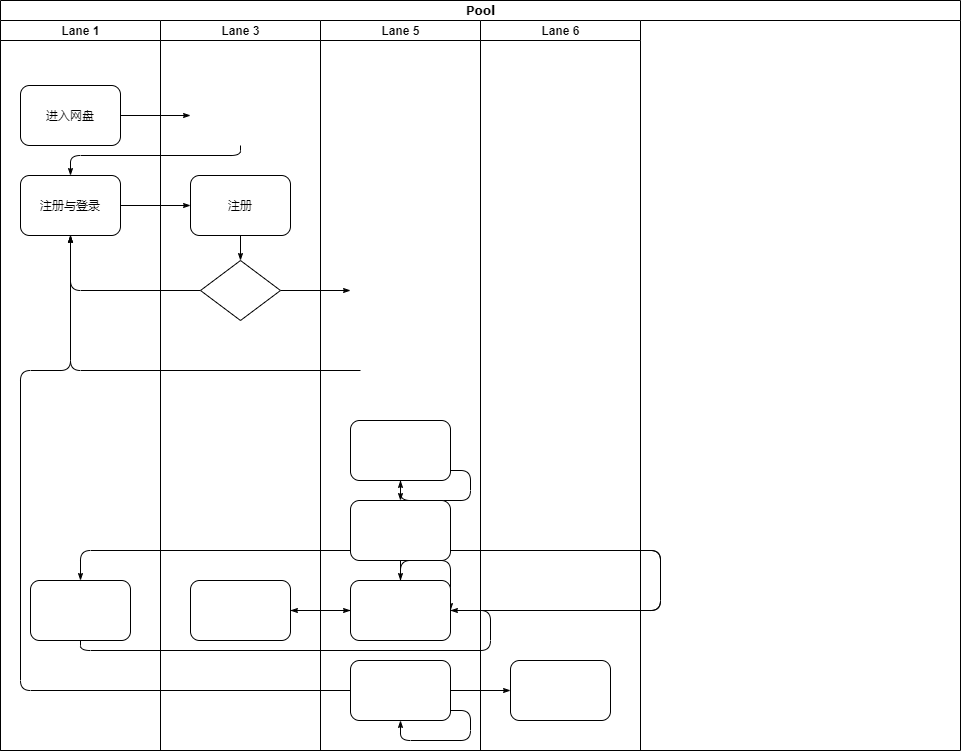
The draw.io diagram 数据流图.png in deepinsea/draw, before a commit. Source tidied: cells renumbered, new cells last; positions are measured from the earlier drawing's top-left corner, leaving out a move shared by most shapes.
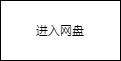
Above is the later version.

Commit message:
更新数据流图.png

Diff of the diagram source:
```diff
@@ -2,153 +2,8 @@
   <root>
     <mxCell id="0" />
     <mxCell id="1" parent="0" />
-    <mxCell id="2" value="Pool" style="swimlane;html=1;startSize=20;rounded=0;shadow=0;labelBackgroundColor=none;strokeWidth=1;fontFamily=Verdana;fontSize=8;align=center;" parent="1" vertex="1">
-      <mxGeometry width="960" height="750" as="geometry" />
-    </mxCell>
-    <mxCell id="3" value="Lane 1" style="swimlane;html=1;startSize=20;" parent="2" vertex="1">
-      <mxGeometry y="20" width="160" height="730" as="geometry" />
-    </mxCell>
-    <mxCell id="4" value="进入网盘" style="rounded=1;whiteSpace=wrap;html=1;shadow=0;labelBackgroundColor=none;strokeWidth=1;fontFamily=Verdana;fontSize=8;align=center;" parent="3" vertex="1">
-      <mxGeometry x="20" y="65" width="100" height="60" as="geometry" />
+    <mxCell id="4" value="进入网盘" style="rounded=0;whiteSpace=wrap;html=1;" parent="1" vertex="1">
+      <mxGeometry x="260" y="355" width="120" height="60" as="geometry" />
     </mxCell>
-    <mxCell id="5" value="注册与登录" style="rounded=1;whiteSpace=wrap;html=1;shadow=0;labelBackgroundColor=none;strokeWidth=1;fontFamily=Verdana;fontSize=8;align=center;" parent="3" vertex="1">
-      <mxGeometry x="20" y="155" width="100" height="60" as="geometry" />
-    </mxCell>
-    <mxCell id="6" style="rounded=1;whiteSpace=wrap;html=1;shadow=0;labelBackgroundColor=none;strokeWidth=1;fontFamily=Verdana;fontSize=8;align=center;" parent="3" vertex="1">
-      <mxGeometry x="30" y="560" width="100" height="60" as="geometry" />
-    </mxCell>
-    <mxCell id="7" style="edgeStyle=orthogonalEdgeStyle;rounded=1;html=1;labelBackgroundColor=none;startArrow=none;startFill=0;startSize=5;endArrow=classicThin;endFill=1;endSize=5;jettySize=auto;strokeWidth=1;fontFamily=Verdana;fontSize=8;" parent="2" edge="1" source="4">
-      <mxGeometry relative="1" as="geometry">
-        <mxPoint x="190" y="115" as="targetPoint" />
-      </mxGeometry>
-    </mxCell>
-    <mxCell id="8" style="edgeStyle=orthogonalEdgeStyle;rounded=1;html=1;labelBackgroundColor=none;startArrow=none;startFill=0;startSize=5;endArrow=classicThin;endFill=1;endSize=5;jettySize=auto;strokeWidth=1;fontFamily=Verdana;fontSize=8;" parent="2" edge="1" target="5">
-      <mxGeometry relative="1" as="geometry">
-        <mxPoint x="240" y="145" as="sourcePoint" />
-        <Array as="points">
-          <mxPoint x="240" y="155" />
-          <mxPoint x="70" y="155" />
-        </Array>
-      </mxGeometry>
-    </mxCell>
-    <mxCell id="9" style="edgeStyle=orthogonalEdgeStyle;rounded=1;html=1;labelBackgroundColor=none;startArrow=none;startFill=0;startSize=5;endArrow=classicThin;endFill=1;endSize=5;jettySize=auto;strokeWidth=1;fontFamily=Verdana;fontSize=8;" parent="2" edge="1" source="5" target="23">
-      <mxGeometry relative="1" as="geometry" />
-    </mxCell>
-    <mxCell id="10" style="edgeStyle=orthogonalEdgeStyle;rounded=1;html=1;labelBackgroundColor=none;startArrow=none;startFill=0;startSize=5;endArrow=classicThin;endFill=1;endSize=5;jettySize=auto;strokeWidth=1;fontFamily=Verdana;fontSize=8;" parent="2" edge="1" source="24" target="5">
-      <mxGeometry relative="1" as="geometry" />
-    </mxCell>
-    <mxCell id="11" style="edgeStyle=orthogonalEdgeStyle;rounded=1;html=1;labelBackgroundColor=none;startArrow=none;startFill=0;startSize=5;endArrow=classicThin;endFill=1;endSize=5;jettySize=auto;strokeWidth=1;fontFamily=Verdana;fontSize=8;" parent="2" edge="1" target="5">
-      <mxGeometry relative="1" as="geometry">
-        <mxPoint x="360" y="370" as="sourcePoint" />
-      </mxGeometry>
-    </mxCell>
-    <mxCell id="12" style="edgeStyle=orthogonalEdgeStyle;rounded=1;html=1;labelBackgroundColor=none;startArrow=none;startFill=0;startSize=5;endArrow=classicThin;endFill=1;endSize=5;jettySize=auto;strokeWidth=1;fontFamily=Verdana;fontSize=8;" parent="2" edge="1" target="5">
-      <mxGeometry relative="1" as="geometry">
-        <mxPoint x="360" y="690" as="sourcePoint" />
-        <Array as="points">
-          <mxPoint x="20" y="690" />
-          <mxPoint x="20" y="370" />
-          <mxPoint x="70" y="370" />
-        </Array>
-      </mxGeometry>
-    </mxCell>
-    <mxCell id="13" style="edgeStyle=orthogonalEdgeStyle;rounded=1;html=1;labelBackgroundColor=none;startArrow=none;startFill=0;startSize=5;endArrow=classicThin;endFill=1;endSize=5;jettySize=auto;strokeWidth=1;fontFamily=Verdana;fontSize=8;" parent="2" edge="1" source="24">
-      <mxGeometry relative="1" as="geometry">
-        <mxPoint x="350" y="290" as="targetPoint" />
-      </mxGeometry>
-    </mxCell>
-    <mxCell id="14" style="edgeStyle=orthogonalEdgeStyle;rounded=1;html=1;labelBackgroundColor=none;startArrow=none;startFill=0;startSize=5;endArrow=classicThin;endFill=1;endSize=5;jettySize=auto;strokeWidth=1;fontFamily=Verdana;fontSize=8;" parent="2" edge="1" target="31">
-      <mxGeometry relative="1" as="geometry">
-        <mxPoint x="440" y="690" as="sourcePoint" />
-      </mxGeometry>
-    </mxCell>
-    <mxCell id="15" style="edgeStyle=orthogonalEdgeStyle;rounded=1;html=1;labelBackgroundColor=none;startArrow=none;startFill=0;startSize=5;endArrow=classicThin;endFill=1;endSize=5;jettySize=auto;strokeWidth=1;fontFamily=Verdana;fontSize=8;" parent="2" edge="1" source="31" target="35">
-      <mxGeometry relative="1" as="geometry" />
-    </mxCell>
-    <mxCell id="16" style="edgeStyle=orthogonalEdgeStyle;rounded=1;html=1;labelBackgroundColor=none;startArrow=none;startFill=0;startSize=5;endArrow=classicThin;endFill=1;endSize=5;jettySize=auto;strokeWidth=1;fontFamily=Verdana;fontSize=8;" parent="2" edge="1" target="28">
-      <mxGeometry relative="1" as="geometry">
-        <mxPoint x="450" y="450" as="sourcePoint" />
-      </mxGeometry>
-    </mxCell>
-    <mxCell id="17" style="edgeStyle=orthogonalEdgeStyle;rounded=1;html=1;labelBackgroundColor=none;startArrow=none;startFill=0;startSize=5;endArrow=classicThin;endFill=1;endSize=5;jettySize=auto;strokeWidth=1;fontFamily=Verdana;fontSize=8;" parent="2" edge="1" source="30" target="25">
-      <mxGeometry relative="1" as="geometry">
-        <Array as="points">
-          <mxPoint x="660" y="610" />
-          <mxPoint x="660" y="550" />
-          <mxPoint x="400" y="550" />
-        </Array>
-      </mxGeometry>
-    </mxCell>
-    <mxCell id="18" style="edgeStyle=orthogonalEdgeStyle;rounded=1;html=1;labelBackgroundColor=none;startArrow=none;startFill=0;startSize=5;endArrow=classicThin;endFill=1;endSize=5;jettySize=auto;strokeColor=#000000;strokeWidth=1;fontFamily=Verdana;fontSize=8;fontColor=#000000;" parent="2" edge="1" source="30">
-      <mxGeometry relative="1" as="geometry">
-        <mxPoint x="450" y="610" as="targetPoint" />
-      </mxGeometry>
-    </mxCell>
-    <mxCell id="19" style="edgeStyle=orthogonalEdgeStyle;rounded=1;html=1;labelBackgroundColor=none;startArrow=none;startFill=0;startSize=5;endArrow=classicThin;endFill=1;endSize=5;jettySize=auto;strokeWidth=1;fontFamily=Verdana;fontSize=8;" parent="2" edge="1" source="30" target="6">
-      <mxGeometry relative="1" as="geometry">
-        <Array as="points">
-          <mxPoint x="660" y="610" />
-          <mxPoint x="660" y="550" />
-          <mxPoint x="80" y="550" />
-        </Array>
-      </mxGeometry>
-    </mxCell>
-    <mxCell id="20" style="edgeStyle=orthogonalEdgeStyle;rounded=1;html=1;labelBackgroundColor=none;startArrow=none;startFill=0;startSize=5;endArrow=classicThin;endFill=1;endSize=5;jettySize=auto;strokeWidth=1;fontFamily=Verdana;fontSize=8;" parent="2" edge="1" source="6">
-      <mxGeometry relative="1" as="geometry">
-        <mxPoint x="450" y="610" as="targetPoint" />
-        <Array as="points">
-          <mxPoint x="80" y="650" />
-          <mxPoint x="490" y="650" />
-          <mxPoint x="490" y="610" />
-        </Array>
-      </mxGeometry>
-    </mxCell>
-    <mxCell id="21" style="edgeStyle=orthogonalEdgeStyle;rounded=1;html=1;labelBackgroundColor=none;startArrow=none;startFill=0;startSize=5;endArrow=classicThin;endFill=1;endSize=5;jettySize=auto;strokeWidth=1;fontFamily=Verdana;fontSize=8;" parent="2" edge="1" source="25">
-      <mxGeometry relative="1" as="geometry">
-        <mxPoint x="350" y="610" as="targetPoint" />
-      </mxGeometry>
-    </mxCell>
-    <mxCell id="22" value="Lane 3" style="swimlane;html=1;startSize=20;" parent="2" vertex="1">
-      <mxGeometry x="160" y="20" width="160" height="730" as="geometry" />
-    </mxCell>
-    <mxCell id="23" value="注册" style="rounded=1;whiteSpace=wrap;html=1;shadow=0;labelBackgroundColor=none;strokeWidth=1;fontFamily=Verdana;fontSize=8;align=center;" parent="22" vertex="1">
-      <mxGeometry x="30" y="155" width="100" height="60" as="geometry" />
-    </mxCell>
-    <mxCell id="24" style="rhombus;whiteSpace=wrap;html=1;rounded=0;shadow=0;labelBackgroundColor=none;strokeWidth=1;fontFamily=Verdana;fontSize=8;align=center;" parent="22" vertex="1">
-      <mxGeometry x="40" y="240" width="80" height="60" as="geometry" />
-    </mxCell>
-    <mxCell id="25" style="rounded=1;whiteSpace=wrap;html=1;shadow=0;labelBackgroundColor=none;strokeWidth=1;fontFamily=Verdana;fontSize=8;align=center;" parent="22" vertex="1">
-      <mxGeometry x="30" y="560" width="100" height="60" as="geometry" />
-    </mxCell>
-    <mxCell id="26" style="edgeStyle=orthogonalEdgeStyle;rounded=1;html=1;labelBackgroundColor=none;startArrow=none;startFill=0;startSize=5;endArrow=classicThin;endFill=1;endSize=5;jettySize=auto;strokeWidth=1;fontFamily=Verdana;fontSize=8;" parent="22" edge="1" source="23" target="24">
-      <mxGeometry relative="1" as="geometry" />
-    </mxCell>
-    <mxCell id="27" value="Lane 5" style="swimlane;html=1;startSize=20;" parent="2" vertex="1">
-      <mxGeometry x="320" y="20" width="160" height="730" as="geometry" />
-    </mxCell>
-    <mxCell id="28" style="rounded=1;whiteSpace=wrap;html=1;shadow=0;labelBackgroundColor=none;strokeWidth=1;fontFamily=Verdana;fontSize=8;align=center;" parent="27" vertex="1">
-      <mxGeometry x="30" y="400" width="100" height="60" as="geometry" />
-    </mxCell>
-    <mxCell id="29" style="rounded=1;whiteSpace=wrap;html=1;shadow=0;labelBackgroundColor=none;strokeWidth=1;fontFamily=Verdana;fontSize=8;align=center;" parent="27" vertex="1">
-      <mxGeometry x="30" y="480" width="100" height="60" as="geometry" />
-    </mxCell>
-    <mxCell id="30" style="rounded=1;whiteSpace=wrap;html=1;shadow=0;labelBackgroundColor=none;strokeWidth=1;fontFamily=Verdana;fontSize=8;align=center;" parent="27" vertex="1">
-      <mxGeometry x="30" y="560" width="100" height="60" as="geometry" />
-    </mxCell>
-    <mxCell id="31" style="rounded=1;whiteSpace=wrap;html=1;shadow=0;labelBackgroundColor=none;strokeWidth=1;fontFamily=Verdana;fontSize=8;align=center;" parent="27" vertex="1">
-      <mxGeometry x="30" y="640" width="100" height="60" as="geometry" />
-    </mxCell>
-    <mxCell id="32" style="edgeStyle=orthogonalEdgeStyle;rounded=1;html=1;labelBackgroundColor=none;startArrow=none;startFill=0;startSize=5;endArrow=classicThin;endFill=1;endSize=5;jettySize=auto;strokeWidth=1;fontFamily=Verdana;fontSize=8;" parent="27" edge="1" source="28" target="29">
-      <mxGeometry relative="1" as="geometry" />
-    </mxCell>
-    <mxCell id="33" style="edgeStyle=orthogonalEdgeStyle;rounded=1;html=1;labelBackgroundColor=none;startArrow=none;startFill=0;startSize=5;endArrow=classicThin;endFill=1;endSize=5;jettySize=auto;strokeWidth=1;fontFamily=Verdana;fontSize=8;" parent="27" edge="1" source="29" target="30">
-      <mxGeometry relative="1" as="geometry" />
-    </mxCell>
-    <mxCell id="34" value="Lane 6" style="swimlane;html=1;startSize=20;" parent="2" vertex="1">
-      <mxGeometry x="480" y="20" width="160" height="730" as="geometry" />
-    </mxCell>
-    <mxCell id="35" style="rounded=1;whiteSpace=wrap;html=1;shadow=0;labelBackgroundColor=none;strokeWidth=1;fontFamily=Verdana;fontSize=8;align=center;" parent="34" vertex="1">
-      <mxGeometry x="30" y="640" width="100" height="60" as="geometry" />
-    </mxCell>
   </root>
 </mxGraphModel>
```
